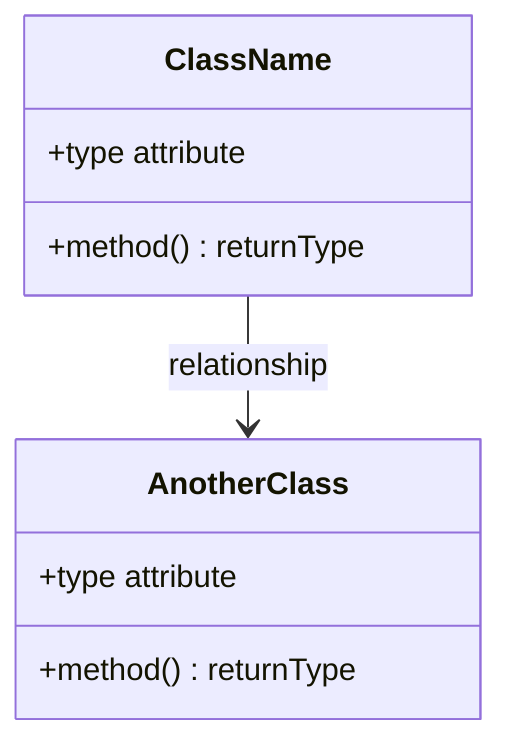
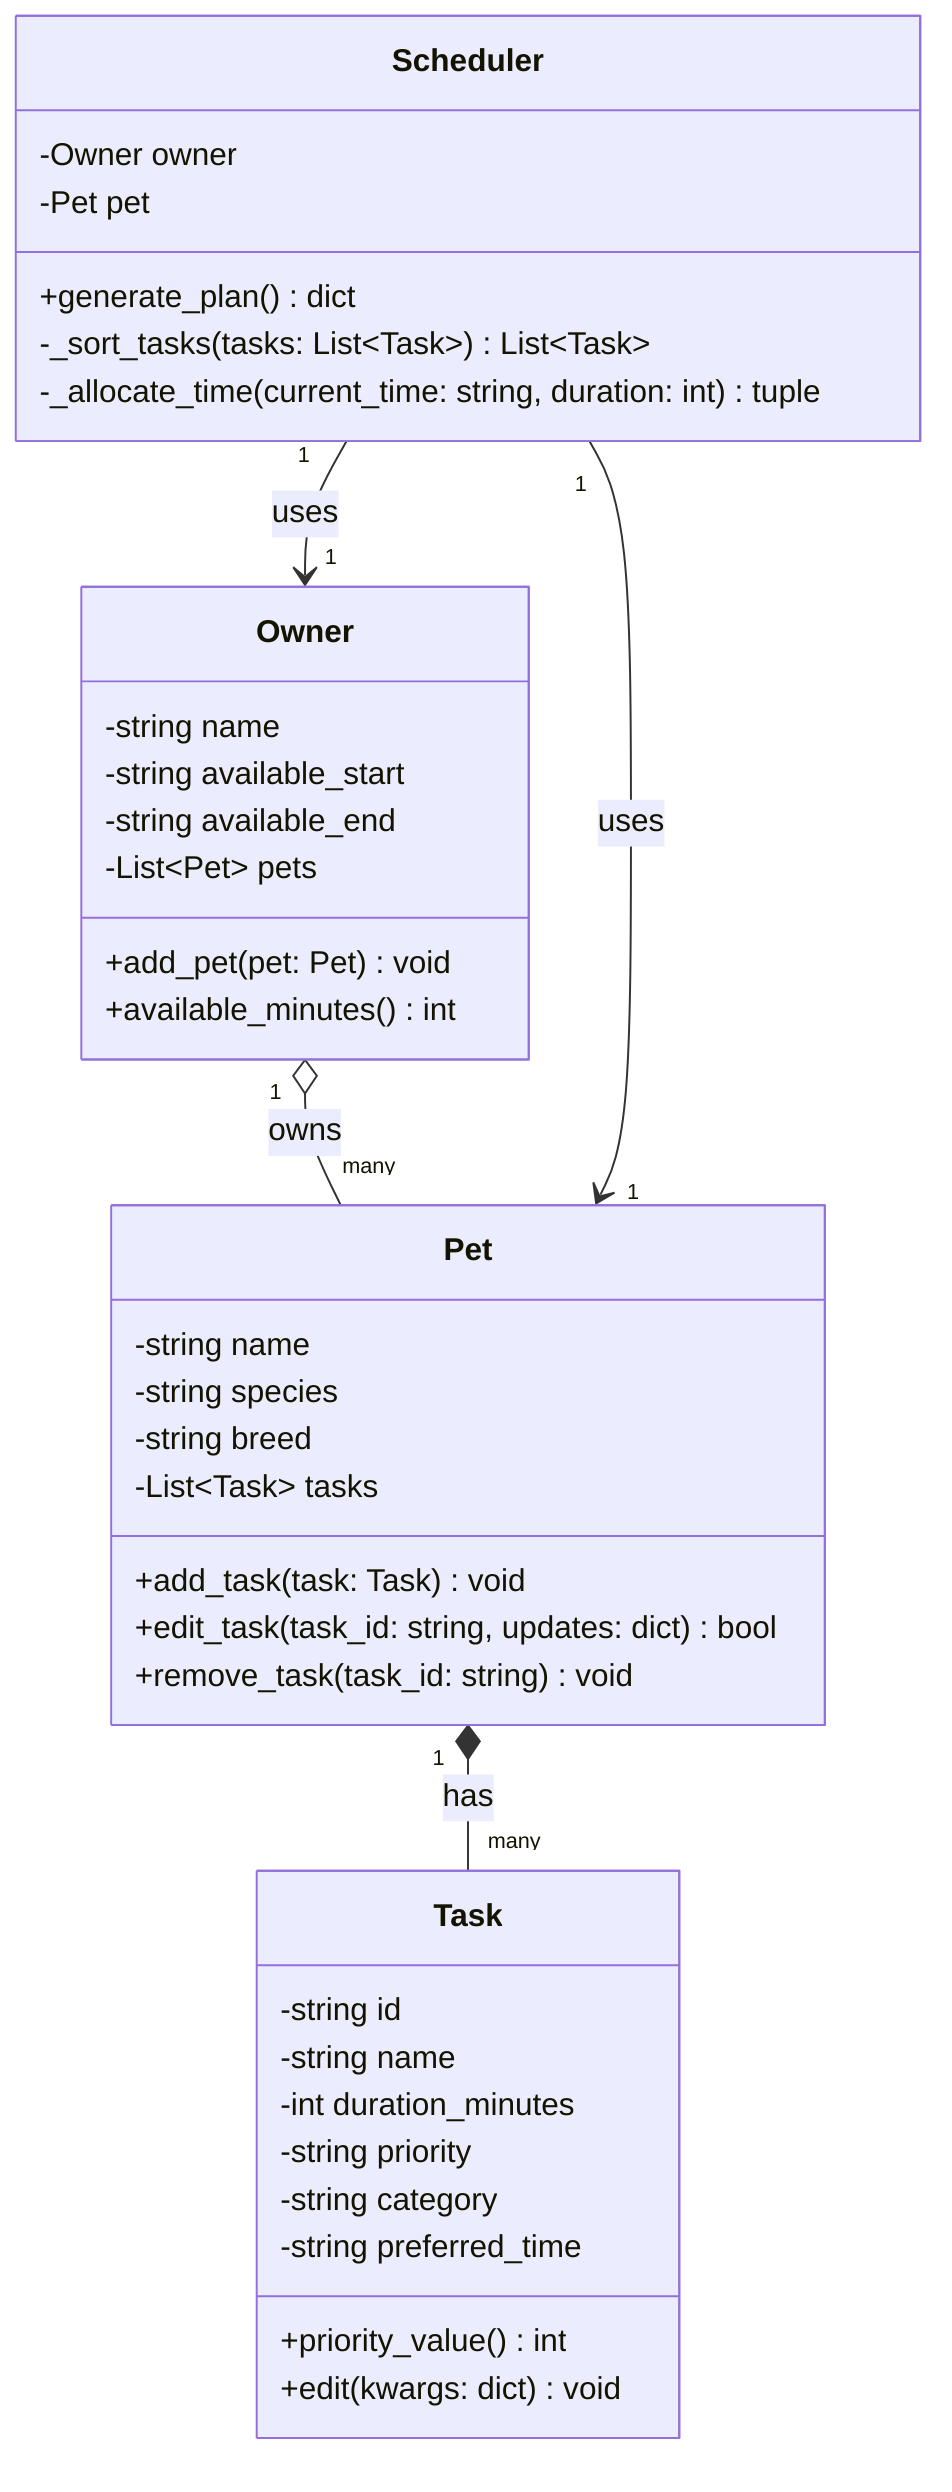
classDiagram
-     %% Replace the placeholders below with your actual classes, attributes, methods, and relationships.
-     %% Keep this file updated so it matches your final implementation.
- 
-     class ClassName {
-         +type attribute
-         +method() returnType
+     class Owner {
+         -string name
+         -string available_start
+         -string available_end
+         -List~Pet~ pets
+         +add_pet(pet: Pet) void
+         +available_minutes() int
    }

-     class AnotherClass {
-         +type attribute
-         +method() returnType
+     class Pet {
+         -string name
+         -string species
+         -string breed
+         -List~Task~ tasks
+         +add_task(task: Task) void
+         +edit_task(task_id: string, updates: dict) bool
+         +remove_task(task_id: string) void
    }

-     ClassName --> AnotherClass : relationship
+     class Task {
+         -string id
+         -string name
+         -int duration_minutes
+         -string priority
+         -string category
+         -string preferred_time
+         +priority_value() int
+         +edit(kwargs: dict) void
+     }
+ 
+     class Scheduler {
+         -Owner owner
+         -Pet pet
+         +generate_plan() dict
+         -_sort_tasks(tasks: List~Task~) List~Task~
+         -_allocate_time(current_time: string, duration: int) tuple
+     }
+ 
+     Owner "1" o-- "many" Pet : owns
+     Pet "1" *-- "many" Task : has
+     Scheduler "1" --> "1" Owner : uses
+     Scheduler "1" --> "1" Pet : uses